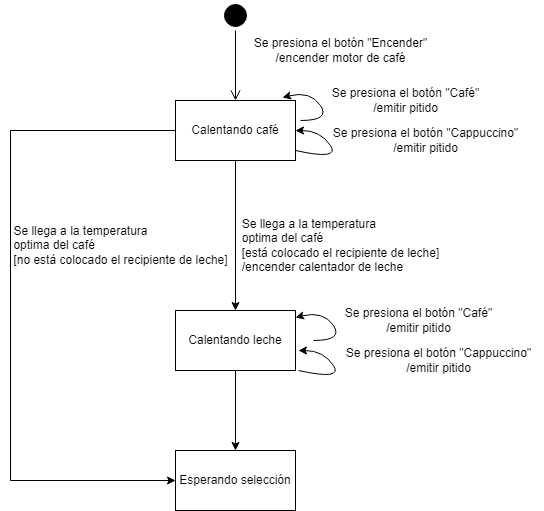
Above: Practica 4/ejercicio11.png in JuCenBer/IS1-Ingenieria_de_Software1 (draw.io), before the change. Source tidied: cells renumbered, new cells last; positions are measured from the earlier drawing's top-left corner, leaving out a move shared by most shapes.
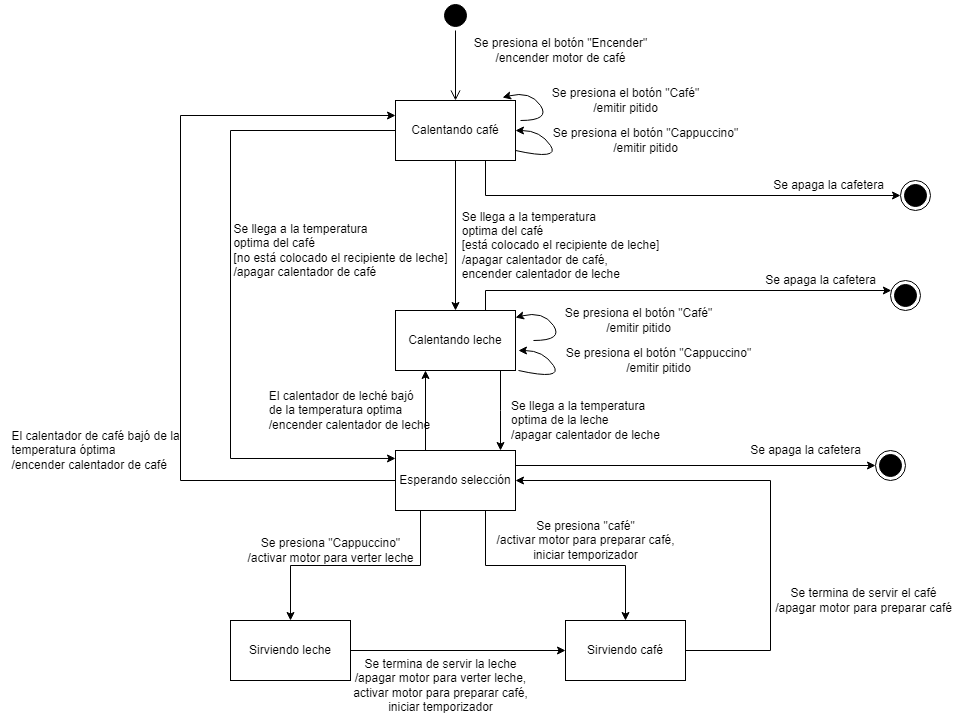
The same diagram one commit later.

Change to the diagram source:
```diff
@@ -14,14 +14,17 @@
     <mxCell id="5" style="edgeStyle=orthogonalEdgeStyle;rounded=0;jettySize=auto;html=1;strokeColor=#000000;" parent="1" edge="1" source="7" target="13">
       <mxGeometry relative="1" as="geometry" />
     </mxCell>
-    <mxCell id="6" style="edgeStyle=orthogonalEdgeStyle;rounded=0;jettySize=auto;html=1;exitX=0;exitY=0.5;exitDx=0;exitDy=0;entryX=0;entryY=0.5;entryDx=0;entryDy=0;strokeColor=#000000;" parent="1" edge="1" source="7" target="19">
+    <mxCell id="6" style="edgeStyle=orthogonalEdgeStyle;rounded=0;jettySize=auto;html=1;exitX=0;exitY=0.5;exitDx=0;exitDy=0;strokeColor=#000000;entryX=0;entryY=0.133;entryDx=0;entryDy=0;entryPerimeter=0;" parent="1" edge="1" source="7" target="19">
       <mxGeometry relative="1" as="geometry">
         <Array as="points">
           <mxPoint x="10" y="130" />
-          <mxPoint x="10" y="480" />
+          <mxPoint x="10" y="458" />
         </Array>
       </mxGeometry>
     </mxCell>
+    <mxCell id="21" style="edgeStyle=orthogonalEdgeStyle;rounded=0;jettySize=auto;html=1;exitX=0.75;exitY=1;exitDx=0;exitDy=0;strokeColor=#000000;entryX=0;entryY=0.5;entryDx=0;entryDy=0;" parent="1" edge="1" source="7" target="41">
+      <mxGeometry relative="1" as="geometry" />
+    </mxCell>
     <mxCell id="7" value="Calentando café" style="whiteSpace=wrap;html=1;strokeColor=#000000;" parent="1" vertex="1">
       <mxGeometry x="175" y="100" width="120" height="60" as="geometry" />
     </mxCell>
@@ -49,13 +52,25 @@
       <mxGeometry x="320" y="120" width="210" height="40" as="geometry" />
     </mxCell>
     <mxCell id="12" style="edgeStyle=orthogonalEdgeStyle;rounded=0;jettySize=auto;html=1;strokeColor=#000000;" parent="1" edge="1" source="13" target="19">
-      <mxGeometry relative="1" as="geometry" />
+      <mxGeometry relative="1" as="geometry">
+        <Array as="points">
+          <mxPoint x="280" y="410" />
+          <mxPoint x="280" y="410" />
+        </Array>
+      </mxGeometry>
     </mxCell>
+    <mxCell id="22" style="edgeStyle=orthogonalEdgeStyle;rounded=0;jettySize=auto;html=1;exitX=0.75;exitY=0;exitDx=0;exitDy=0;strokeColor=#000000;" parent="1" edge="1" source="13" target="43">
+      <mxGeometry relative="1" as="geometry">
+        <Array as="points">
+          <mxPoint x="265" y="290" />
+        </Array>
+      </mxGeometry>
+    </mxCell>
     <mxCell id="13" value="Calentando leche" style="whiteSpace=wrap;html=1;strokeColor=#000000;" parent="1" vertex="1">
       <mxGeometry x="175" y="310" width="120" height="60" as="geometry" />
     </mxCell>
-    <mxCell id="14" value="&lt;div style=&quot;text-align: left;&quot;&gt;&lt;span style=&quot;background-color: initial;&quot;&gt;Se llega a la temperatura&lt;/span&gt;&lt;/div&gt;&lt;div style=&quot;text-align: left;&quot;&gt;&lt;span style=&quot;background-color: initial;&quot;&gt;optima del café&lt;/span&gt;&lt;/div&gt;&lt;div style=&quot;text-align: left;&quot;&gt;&lt;span style=&quot;background-color: initial;&quot;&gt;[está colocado el recipiente de leche]&lt;/span&gt;&lt;/div&gt;&lt;div style=&quot;text-align: left;&quot;&gt;&lt;span style=&quot;background-color: initial;&quot;&gt;/encender calentador de leche&lt;/span&gt;&lt;/div&gt;" style="text;html=1;align=center;verticalAlign=middle;strokeColor=none;fillColor=none;" parent="1" vertex="1">
-      <mxGeometry x="230" y="210" width="220" height="70" as="geometry" />
+    <mxCell id="14" value="&lt;div style=&quot;text-align: left;&quot;&gt;&lt;span style=&quot;background-color: initial;&quot;&gt;Se llega a la temperatura&lt;/span&gt;&lt;/div&gt;&lt;div style=&quot;text-align: left;&quot;&gt;&lt;span style=&quot;background-color: initial;&quot;&gt;optima del café&lt;/span&gt;&lt;/div&gt;&lt;div style=&quot;text-align: left;&quot;&gt;&lt;span style=&quot;background-color: initial;&quot;&gt;[está colocado el recipiente de leche]&lt;/span&gt;&lt;/div&gt;&lt;div style=&quot;text-align: left;&quot;&gt;&lt;span style=&quot;background-color: initial;&quot;&gt;/apagar calentador de café,&lt;/span&gt;&lt;/div&gt;&lt;div style=&quot;text-align: left;&quot;&gt;&lt;span style=&quot;background-color: initial;&quot;&gt;encender calentador de leche&lt;/span&gt;&lt;/div&gt;" style="text;html=1;align=center;verticalAlign=middle;strokeColor=none;fillColor=none;" parent="1" vertex="1">
+      <mxGeometry x="230" y="200" width="220" height="90" as="geometry" />
     </mxCell>
     <mxCell id="15" style="curved=1;endArrow=classic;html=1;rounded=0;strokeColor=#000000;entryX=0.892;entryY=-0.05;entryDx=0;entryDy=0;entryPerimeter=0;" parent="1" edge="1">
       <mxGeometry relative="1" as="geometry">
@@ -83,11 +98,92 @@
     <mxCell id="18" value="Se presiona el botón &quot;Cappuccino&quot;&lt;br&gt;/emitir pitido" style="text;html=1;align=center;verticalAlign=middle;strokeColor=none;fillColor=none;" parent="1" vertex="1">
       <mxGeometry x="333" y="340" width="210" height="40" as="geometry" />
     </mxCell>
+    <mxCell id="23" style="edgeStyle=orthogonalEdgeStyle;rounded=0;jettySize=auto;html=1;exitX=0.25;exitY=0;exitDx=0;exitDy=0;entryX=0.25;entryY=1;entryDx=0;entryDy=0;strokeColor=#000000;" parent="1" edge="1" source="19" target="13">
+      <mxGeometry relative="1" as="geometry" />
+    </mxCell>
+    <mxCell id="24" style="edgeStyle=orthogonalEdgeStyle;rounded=0;jettySize=auto;html=1;exitX=0;exitY=0.5;exitDx=0;exitDy=0;entryX=0;entryY=0.25;entryDx=0;entryDy=0;strokeColor=#000000;" parent="1" edge="1" source="19" target="7">
+      <mxGeometry relative="1" as="geometry">
+        <Array as="points">
+          <mxPoint x="-40" y="480" />
+          <mxPoint x="-40" y="115" />
+        </Array>
+      </mxGeometry>
+    </mxCell>
+    <mxCell id="25" style="edgeStyle=orthogonalEdgeStyle;rounded=0;jettySize=auto;html=1;strokeColor=#000000;exitX=0.75;exitY=1;exitDx=0;exitDy=0;" parent="1" edge="1" source="19" target="32">
+      <mxGeometry relative="1" as="geometry" />
+    </mxCell>
+    <mxCell id="26" style="edgeStyle=orthogonalEdgeStyle;rounded=0;jettySize=auto;html=1;strokeColor=#000000;" parent="1" edge="1" source="19" target="35">
+      <mxGeometry relative="1" as="geometry">
+        <Array as="points">
+          <mxPoint x="200" y="565" />
+          <mxPoint x="70" y="565" />
+        </Array>
+      </mxGeometry>
+    </mxCell>
+    <mxCell id="27" style="edgeStyle=orthogonalEdgeStyle;rounded=0;jettySize=auto;html=1;exitX=1;exitY=0.25;exitDx=0;exitDy=0;strokeColor=#000000;" parent="1" edge="1" source="19" target="39">
+      <mxGeometry relative="1" as="geometry" />
+    </mxCell>
     <mxCell id="19" value="Esperando selección" style="whiteSpace=wrap;html=1;strokeColor=#000000;" parent="1" vertex="1">
       <mxGeometry x="175" y="450" width="120" height="60" as="geometry" />
     </mxCell>
-    <mxCell id="20" value="&lt;div style=&quot;text-align: left;&quot;&gt;&lt;span style=&quot;background-color: initial;&quot;&gt;Se llega a la temperatura&lt;/span&gt;&lt;/div&gt;&lt;div style=&quot;text-align: left;&quot;&gt;&lt;span style=&quot;background-color: initial;&quot;&gt;optima del café&lt;/span&gt;&lt;/div&gt;&lt;div style=&quot;text-align: left;&quot;&gt;&lt;span style=&quot;background-color: initial;&quot;&gt;[no está colocado el recipiente de leche]&lt;/span&gt;&lt;/div&gt;" style="text;html=1;align=center;verticalAlign=middle;strokeColor=none;fillColor=none;" parent="1" vertex="1">
-      <mxGeometry y="215" width="240" height="60" as="geometry" />
+    <mxCell id="20" value="&lt;div style=&quot;text-align: left;&quot;&gt;&lt;span style=&quot;background-color: initial;&quot;&gt;Se llega a la temperatura&lt;/span&gt;&lt;/div&gt;&lt;div style=&quot;text-align: left;&quot;&gt;&lt;span style=&quot;background-color: initial;&quot;&gt;optima del café&lt;/span&gt;&lt;/div&gt;&lt;div style=&quot;text-align: left;&quot;&gt;&lt;span style=&quot;background-color: initial;&quot;&gt;[no está colocado el recipiente de leche]&lt;/span&gt;&lt;/div&gt;&lt;div style=&quot;text-align: left;&quot;&gt;&lt;span style=&quot;background-color: initial;&quot;&gt;/apagar calentador de café&lt;/span&gt;&lt;/div&gt;" style="text;html=1;align=center;verticalAlign=middle;strokeColor=none;fillColor=none;" parent="1" vertex="1">
+      <mxGeometry y="215" width="240" height="70" as="geometry" />
     </mxCell>
+    <mxCell id="28" value="&lt;div style=&quot;text-align: left;&quot;&gt;&lt;span style=&quot;background-color: initial;&quot;&gt;Se llega a la temperatura&lt;/span&gt;&lt;/div&gt;&lt;div style=&quot;text-align: left;&quot;&gt;&lt;span style=&quot;background-color: initial;&quot;&gt;optima de la leche&lt;/span&gt;&lt;/div&gt;&lt;div style=&quot;text-align: left;&quot;&gt;&lt;span style=&quot;background-color: initial;&quot;&gt;/apagar calentador de leche&lt;/span&gt;&lt;/div&gt;" style="text;html=1;align=center;verticalAlign=middle;strokeColor=none;fillColor=none;" parent="1" vertex="1">
+      <mxGeometry x="280" y="390" width="170" height="60" as="geometry" />
+    </mxCell>
+    <mxCell id="29" value="&lt;div style=&quot;text-align: left;&quot;&gt;&lt;span style=&quot;background-color: initial;&quot;&gt;El calentador de café bajó de la&lt;/span&gt;&lt;/div&gt;&lt;div style=&quot;text-align: left;&quot;&gt;&lt;span style=&quot;background-color: initial;&quot;&gt;temperatura óptima&lt;/span&gt;&lt;/div&gt;&lt;div style=&quot;text-align: left;&quot;&gt;&lt;span style=&quot;background-color: initial;&quot;&gt;/encender calentador de café&lt;/span&gt;&lt;br&gt;&lt;/div&gt;" style="text;html=1;align=center;verticalAlign=middle;strokeColor=none;fillColor=none;" parent="1" vertex="1">
+      <mxGeometry x="-220" y="420" width="190" height="60" as="geometry" />
+    </mxCell>
+    <mxCell id="30" value="&lt;div style=&quot;text-align: left;&quot;&gt;El calentador de leché bajó&lt;/div&gt;&lt;div style=&quot;text-align: left;&quot;&gt;de la temperatura optima&lt;/div&gt;&lt;div style=&quot;text-align: left;&quot;&gt;&lt;span style=&quot;background-color: initial;&quot;&gt;/encender calentador de leche&lt;/span&gt;&lt;/div&gt;" style="text;html=1;align=center;verticalAlign=middle;strokeColor=none;fillColor=none;" parent="1" vertex="1">
+      <mxGeometry x="39" y="380" width="180" height="60" as="geometry" />
+    </mxCell>
+    <mxCell id="31" style="edgeStyle=orthogonalEdgeStyle;rounded=0;jettySize=auto;html=1;exitX=1;exitY=0.5;exitDx=0;exitDy=0;entryX=1;entryY=0.5;entryDx=0;entryDy=0;strokeColor=#000000;" parent="1" edge="1" source="32" target="19">
+      <mxGeometry relative="1" as="geometry">
+        <Array as="points">
+          <mxPoint x="550" y="650" />
+          <mxPoint x="550" y="480" />
+        </Array>
+      </mxGeometry>
+    </mxCell>
+    <mxCell id="32" value="Sirviendo café" style="whiteSpace=wrap;html=1;strokeColor=#000000;" parent="1" vertex="1">
+      <mxGeometry x="345" y="620" width="120" height="60" as="geometry" />
+    </mxCell>
+    <mxCell id="33" value="Se presiona &quot;café&quot;&lt;br&gt;/activar motor para preparar café,&lt;br&gt;iniciar temporizador" style="text;html=1;align=center;verticalAlign=middle;strokeColor=none;fillColor=none;" parent="1" vertex="1">
+      <mxGeometry x="265" y="510" width="200" height="60" as="geometry" />
+    </mxCell>
+    <mxCell id="34" style="edgeStyle=orthogonalEdgeStyle;rounded=0;jettySize=auto;html=1;exitX=1;exitY=0.5;exitDx=0;exitDy=0;entryX=0;entryY=0.5;entryDx=0;entryDy=0;strokeColor=#000000;" parent="1" edge="1" source="35" target="32">
+      <mxGeometry relative="1" as="geometry" />
+    </mxCell>
+    <mxCell id="35" value="Sirviendo leche" style="whiteSpace=wrap;html=1;strokeColor=#000000;" parent="1" vertex="1">
+      <mxGeometry x="10" y="620" width="120" height="60" as="geometry" />
+    </mxCell>
+    <mxCell id="36" value="Se presiona &quot;Cappuccino&quot;&lt;br&gt;/activar motor para verter leche" style="text;html=1;align=center;verticalAlign=middle;strokeColor=none;fillColor=none;" parent="1" vertex="1">
+      <mxGeometry x="15" y="530" width="190" height="40" as="geometry" />
+    </mxCell>
+    <mxCell id="37" value="Se termina de servir la leche&lt;br&gt;/apagar motor para verter leche,&lt;br&gt;activar motor para preparar café,&lt;br&gt;iniciar temporizador" style="text;html=1;align=center;verticalAlign=middle;strokeColor=none;fillColor=none;" parent="1" vertex="1">
+      <mxGeometry x="120" y="650" width="200" height="70" as="geometry" />
+    </mxCell>
+    <mxCell id="38" value="Se termina de servir el café&lt;br&gt;/apagar motor para preparar café" style="text;html=1;align=center;verticalAlign=middle;strokeColor=none;fillColor=none;" parent="1" vertex="1">
+      <mxGeometry x="543" y="580" width="200" height="40" as="geometry" />
+    </mxCell>
+    <mxCell id="39" style="ellipse;html=1;shape=endState;fillColor=#000000;strokeColor=#000000;" parent="1" vertex="1">
+      <mxGeometry x="655" y="450" width="30" height="30" as="geometry" />
+    </mxCell>
+    <mxCell id="40" value="Se apaga la cafetera" style="text;html=1;align=center;verticalAlign=middle;strokeColor=none;fillColor=none;" parent="1" vertex="1">
+      <mxGeometry x="520" y="435" width="130" height="30" as="geometry" />
+    </mxCell>
+    <mxCell id="41" style="ellipse;html=1;shape=endState;fillColor=#000000;strokeColor=#000000;" parent="1" vertex="1">
+      <mxGeometry x="680" y="180" width="30" height="30" as="geometry" />
+    </mxCell>
+    <mxCell id="42" value="Se apaga la cafetera" style="text;html=1;align=center;verticalAlign=middle;strokeColor=none;fillColor=none;" parent="1" vertex="1">
+      <mxGeometry x="543" y="170" width="130" height="30" as="geometry" />
+    </mxCell>
+    <mxCell id="43" style="ellipse;html=1;shape=endState;fillColor=#000000;strokeColor=#000000;" parent="1" vertex="1">
+      <mxGeometry x="670" y="280" width="30" height="30" as="geometry" />
+    </mxCell>
+    <mxCell id="44" value="Se apaga la cafetera" style="text;html=1;align=center;verticalAlign=middle;strokeColor=none;fillColor=none;" parent="1" vertex="1">
+      <mxGeometry x="535" y="265" width="130" height="30" as="geometry" />
+    </mxCell>
   </root>
 </mxGraphModel>
```
